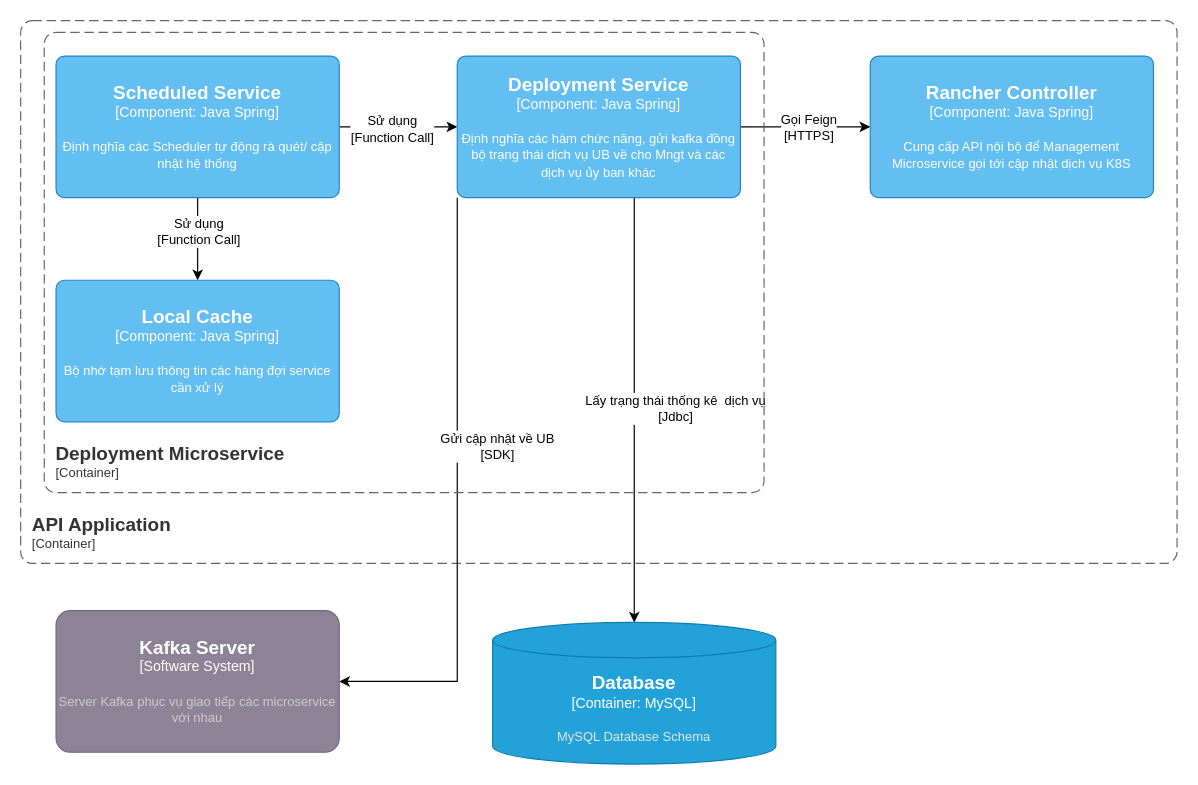
The draw.io diagram Idg-Portal lv3 Deployment API.drawio in dangngocsoncntt/draw.io, before the edit. Source tidied: cells renumbered, new cells numbered last; positions are measured from the earlier drawing's top-left corner, leaving out a move shared by most shapes. Both pictures are drawn from the tidied source at 118%, with x=0, y=0 at pixel (20, 20).
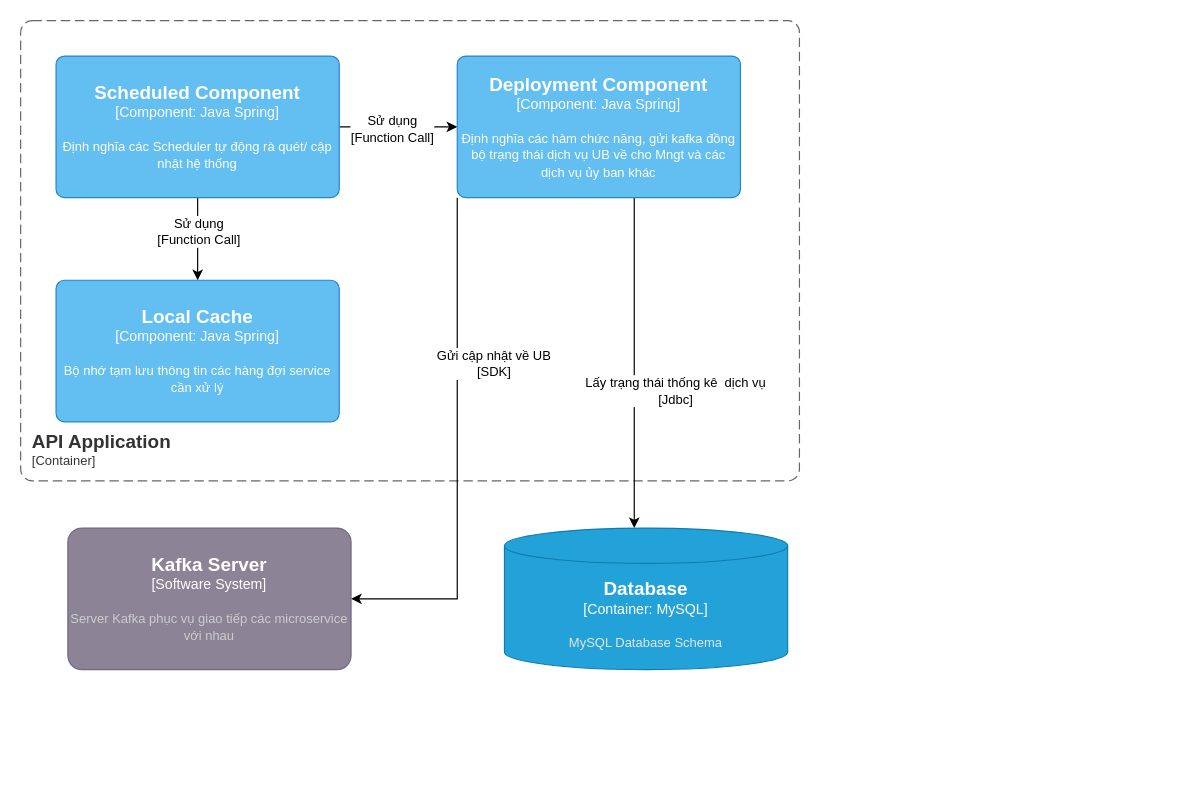
After the change.

The edit, as a diff of the source:
```diff
@@
     <object id="2" label="&lt;font style=&quot;font-size: 16px&quot;&gt;&lt;b&gt;&lt;div style=&quot;text-align: left&quot;&gt;%c4Name%&lt;/div&gt;&lt;/b&gt;&lt;/font&gt;&lt;div style=&quot;text-align: left&quot;&gt;[%c4Application%]&lt;/div&gt;" c4Application="Container" c4Name="API Application" placeholders="1">
       <mxCell style="rounded=1;fontSize=11;whiteSpace=wrap;html=1;dashed=1;arcSize=20;fillColor=none;strokeColor=#666666;fontColor=#333333;labelBackgroundColor=none;align=left;verticalAlign=bottom;labelBorderColor=none;spacingTop=0;spacing=10;dashPattern=8 4;perimeter=rectanglePerimeter;noLabel=0;labelPadding=0;absoluteArcSize=1;" parent="1" vertex="1">
-        <mxGeometry width="980" height="460" as="geometry" />
+        <mxGeometry width="660" height="390" as="geometry" />
       </mxCell>
     </object>
@@
-    <object id="7" label="&lt;font style=&quot;font-size: 16px&quot;&gt;&lt;b&gt;%c4Name%&lt;/b&gt;&lt;/font&gt;&lt;div&gt;[%c4Type%: %c4Technology%]&lt;/div&gt;&lt;br&gt;&lt;div&gt;&lt;font style=&quot;font-size: 11px&quot;&gt;%c4Description%&lt;/font&gt;&lt;/div&gt;" c4Description="Định nghĩa các Scheduler tự động rà quét/ cập nhật hệ thống" c4Name="Scheduled Service" c4Technology="Java Spring" c4Type="Component" placeholders="1">
+    <object id="7" label="&lt;font style=&quot;font-size: 16px&quot;&gt;&lt;b&gt;%c4Name%&lt;/b&gt;&lt;/font&gt;&lt;div&gt;[%c4Type%: %c4Technology%]&lt;/div&gt;&lt;br&gt;&lt;div&gt;&lt;font style=&quot;font-size: 11px&quot;&gt;%c4Description%&lt;/font&gt;&lt;/div&gt;" c4Description="Định nghĩa các Scheduler tự động rà quét/ cập nhật hệ thống" c4Name="Scheduled Component" c4Technology="Java Spring" c4Type="Component" placeholders="1">
       <mxCell style="rounded=1;whiteSpace=wrap;html=1;labelBackgroundColor=none;fillColor=#63BEF2;fontColor=#ffffff;align=center;arcSize=6;strokeColor=#2086C9;points=[[0.25,0,0],[0.5,0,0],[0.75,0,0],[1,0.25,0],[1,0.5,0],[1,0.75,0],[0.75,1,0],[0.5,1,0],[0.25,1,0],[0,0.75,0],[0,0.5,0],[0,0.25,0]];" parent="1" vertex="1">
         <mxGeometry x="30" y="30" width="240" height="120" as="geometry" />
       </mxCell>
     </object>
     <mxCell id="8" style="edgeStyle=orthogonalEdgeStyle;rounded=0;jettySize=auto;html=1;" parent="1" edge="1" source="14" target="15">
       <mxGeometry relative="1" as="geometry">
         <Array as="points">
-          <mxPoint x="370" y="560" />
+          <mxPoint x="370" y="490" />
         </Array>
       </mxGeometry>
     </mxCell>
@@
-    <mxCell id="12" style="edgeStyle=orthogonalEdgeStyle;rounded=0;jettySize=auto;html=1;" parent="1" edge="1" source="14">
-      <mxGeometry relative="1" as="geometry">
-        <mxPoint x="720" y="90" as="targetPoint" />
-      </mxGeometry>
-    </mxCell>
-    <mxCell id="13" value="Gọi Feign&lt;br&gt;[HTTPS]" style="edgeLabel;html=1;align=center;verticalAlign=middle;" parent="12" vertex="1">
-      <mxGeometry x="-0.32" y="1" relative="1" as="geometry">
-        <mxPoint x="19" y="1" as="offset" />
-      </mxGeometry>
-    </mxCell>
-    <object id="14" label="&lt;font style=&quot;font-size: 16px&quot;&gt;&lt;b&gt;%c4Name%&lt;/b&gt;&lt;/font&gt;&lt;div&gt;[%c4Type%: %c4Technology%]&lt;/div&gt;&lt;br&gt;&lt;div&gt;&lt;font style=&quot;font-size: 11px&quot;&gt;%c4Description%&lt;/font&gt;&lt;/div&gt;" c4Description="Định nghĩa các hàm chức năng, gửi kafka đồng bộ trạng thái dịch vụ UB về cho Mngt và các dịch vụ ủy ban khác" c4Name="Deployment Service" c4Technology="Java Spring" c4Type="Component" placeholders="1">
+    <object id="14" label="&lt;font style=&quot;font-size: 16px&quot;&gt;&lt;b&gt;%c4Name%&lt;/b&gt;&lt;/font&gt;&lt;div&gt;[%c4Type%: %c4Technology%]&lt;/div&gt;&lt;br&gt;&lt;div&gt;&lt;font style=&quot;font-size: 11px&quot;&gt;%c4Description%&lt;/font&gt;&lt;/div&gt;" c4Description="Định nghĩa các hàm chức năng, gửi kafka đồng bộ trạng thái dịch vụ UB về cho Mngt và các dịch vụ ủy ban khác" c4Name="Deployment Component" c4Technology="Java Spring" c4Type="Component" placeholders="1">
       <mxCell style="rounded=1;whiteSpace=wrap;html=1;labelBackgroundColor=none;fillColor=#63BEF2;fontColor=#ffffff;align=center;arcSize=6;strokeColor=#2086C9;points=[[0.25,0,0],[0.5,0,0],[0.75,0,0],[1,0.25,0],[1,0.5,0],[1,0.75,0],[0.75,1,0],[0.5,1,0],[0.25,1,0],[0,0.75,0],[0,0.5,0],[0,0.25,0]];" parent="1" vertex="1">
         <mxGeometry x="370" y="30" width="240" height="120" as="geometry" />
       </mxCell>
     </object>
     <object id="15" label="&lt;font style=&quot;font-size: 16px&quot;&gt;&lt;b&gt;%c4Name%&lt;/b&gt;&lt;/font&gt;&lt;div&gt;[%c4Type%]&lt;/div&gt;&lt;br&gt;&lt;div&gt;&lt;font style=&quot;font-size: 11px&quot;&gt;&lt;font color=&quot;#cccccc&quot;&gt;%c4Description%&lt;/font&gt;&lt;/div&gt;" c4Description="Server Kafka phục vụ giao tiếp các microservice với nhau" c4Name="Kafka Server" c4Type="Software System" placeholders="1">
       <mxCell style="rounded=1;whiteSpace=wrap;html=1;labelBackgroundColor=none;fillColor=#8C8496;fontColor=#ffffff;align=center;arcSize=10;strokeColor=#736782;points=[[0.25,0,0],[0.5,0,0],[0.75,0,0],[1,0.25,0],[1,0.5,0],[1,0.75,0],[0.75,1,0],[0.5,1,0],[0.25,1,0],[0,0.75,0],[0,0.5,0],[0,0.25,0]];" parent="1" vertex="1">
-        <mxGeometry x="30" y="500" width="240" height="120" as="geometry" />
+        <mxGeometry x="40" y="430" width="240" height="120" as="geometry" />
       </mxCell>
     </object>
@@
     <object id="17" label="&lt;font style=&quot;font-size: 16px&quot;&gt;&lt;b&gt;%c4Type%&lt;/b&gt;&lt;/font&gt;&lt;div&gt;[%c4Container%:&amp;nbsp;%c4Technology%]&lt;/div&gt;&lt;br&gt;&lt;div&gt;&lt;font style=&quot;font-size: 11px&quot;&gt;&lt;font color=&quot;#E6E6E6&quot;&gt;%c4Description%&lt;/font&gt;&lt;/div&gt;" c4Container="Container" c4Description="MySQL Database Schema" c4Technology="MySQL" c4Type="Database" placeholders="1">
       <mxCell style="shape=cylinder3;size=15;whiteSpace=wrap;html=1;boundedLbl=1;rounded=0;labelBackgroundColor=none;fillColor=#23A2D9;fontSize=12;fontColor=#ffffff;align=center;strokeColor=#0E7DAD;points=[[0.5,0,0],[1,0.25,0],[1,0.5,0],[1,0.75,0],[0.5,1,0],[0,0.75,0],[0,0.5,0],[0,0.25,0]];" parent="1" vertex="1">
-        <mxGeometry x="400" y="510" width="240" height="120" as="geometry" />
+        <mxGeometry x="410" y="430" width="240" height="120" as="geometry" />
       </mxCell>
     </object>
-    <object id="18" label="&lt;font style=&quot;font-size: 16px&quot;&gt;&lt;b&gt;&lt;div style=&quot;text-align: left&quot;&gt;%c4Name%&lt;/div&gt;&lt;/b&gt;&lt;/font&gt;&lt;div style=&quot;text-align: left&quot;&gt;[%c4Application%]&lt;/div&gt;" c4Application="Container" c4Name="Deployment Microservice" placeholders="1">
-      <mxCell style="rounded=1;fontSize=11;whiteSpace=wrap;html=1;dashed=1;arcSize=20;fillColor=none;strokeColor=#666666;fontColor=#333333;labelBackgroundColor=none;align=left;verticalAlign=bottom;labelBorderColor=none;spacingTop=0;spacing=10;dashPattern=8 4;perimeter=rectanglePerimeter;noLabel=0;labelPadding=0;absoluteArcSize=1;" parent="1" vertex="1">
-        <mxGeometry x="20" y="10" width="610" height="390" as="geometry" />
-      </mxCell>
-    </object>
-    <object id="19" label="&lt;font style=&quot;font-size: 16px&quot;&gt;&lt;b&gt;%c4Name%&lt;/b&gt;&lt;/font&gt;&lt;div&gt;[%c4Type%: %c4Technology%]&lt;/div&gt;&lt;br&gt;&lt;div&gt;&lt;font style=&quot;font-size: 11px&quot;&gt;%c4Description%&lt;/font&gt;&lt;/div&gt;" c4Description="Cung cấp API nội bộ để Management Microservice gọi tới cập nhật dịch vụ K8S" c4Name="Rancher Controller" c4Technology="Java Spring" c4Type="Component" placeholders="1">
-      <mxCell style="rounded=1;whiteSpace=wrap;html=1;labelBackgroundColor=none;fillColor=#63BEF2;fontColor=#ffffff;align=center;arcSize=6;strokeColor=#2086C9;" parent="1" vertex="1">
-        <mxGeometry x="720" y="30" width="240" height="120" as="geometry" />
-      </mxCell>
-    </object>
```
